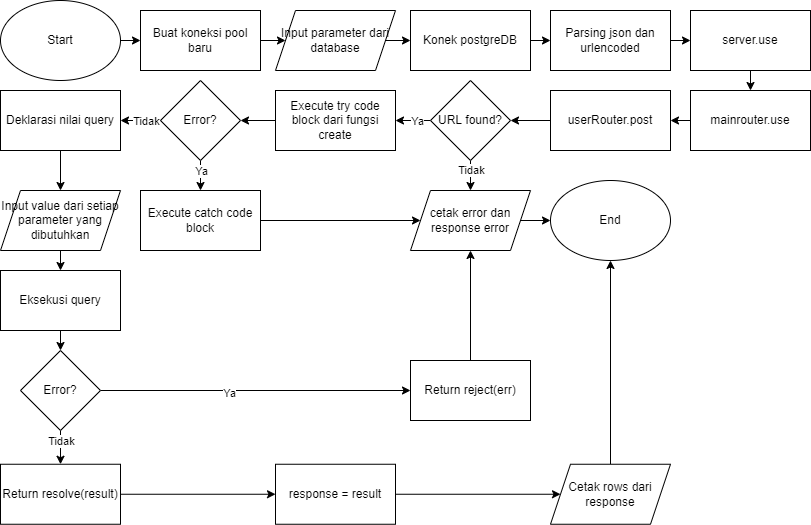
rsad100/beginner_backend keeps this draw.io diagram as Diagram POST user.drawio.png. Above is the earlier version. Source tidied: cells renumbered, new cells last; positions are measured from the earlier drawing's top-left corner, leaving out a move shared by most shapes.
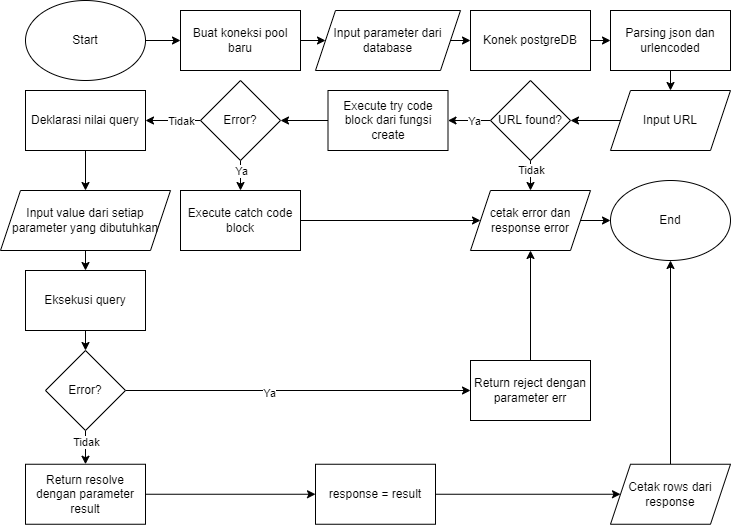
After the commit.

Diff of the diagram source:
```diff
@@ -6,55 +6,31 @@
       <mxGeometry relative="1" as="geometry" />
     </mxCell>
     <mxCell id="3" value="Start" style="ellipse;whiteSpace=wrap;html=1;" parent="1" vertex="1">
-      <mxGeometry width="120" height="80" as="geometry" />
+      <mxGeometry x="25" width="120" height="80" as="geometry" />
     </mxCell>
     <mxCell id="4" style="edgeStyle=orthogonalEdgeStyle;rounded=0;jettySize=auto;html=1;exitX=1;exitY=0.5;exitDx=0;exitDy=0;entryX=0;entryY=0.5;entryDx=0;entryDy=0;" parent="1" edge="1" source="5" target="7">
       <mxGeometry relative="1" as="geometry" />
     </mxCell>
     <mxCell id="5" value="Buat koneksi pool baru" style="rounded=0;whiteSpace=wrap;html=1;" parent="1" vertex="1">
-      <mxGeometry x="140" y="10" width="120" height="60" as="geometry" />
+      <mxGeometry x="180" y="10" width="120" height="60" as="geometry" />
     </mxCell>
     <mxCell id="6" style="edgeStyle=orthogonalEdgeStyle;rounded=0;jettySize=auto;html=1;exitX=1;exitY=0.5;exitDx=0;exitDy=0;entryX=0;entryY=0.5;entryDx=0;entryDy=0;" parent="1" edge="1" source="7" target="9">
       <mxGeometry relative="1" as="geometry" />
     </mxCell>
     <mxCell id="7" value="Input parameter dari database" style="shape=parallelogram;perimeter=parallelogramPerimeter;whiteSpace=wrap;html=1;fixedSize=1;" parent="1" vertex="1">
-      <mxGeometry x="275" y="10" width="120" height="60" as="geometry" />
+      <mxGeometry x="315" y="10" width="145" height="60" as="geometry" />
     </mxCell>
     <mxCell id="8" style="edgeStyle=orthogonalEdgeStyle;rounded=0;jettySize=auto;html=1;exitX=1;exitY=0.5;exitDx=0;exitDy=0;entryX=0;entryY=0.5;entryDx=0;entryDy=0;" parent="1" edge="1" source="9" target="11">
       <mxGeometry relative="1" as="geometry" />
     </mxCell>
     <mxCell id="9" value="Konek postgreDB" style="rounded=0;whiteSpace=wrap;html=1;" parent="1" vertex="1">
-      <mxGeometry x="410" y="10" width="120" height="60" as="geometry" />
+      <mxGeometry x="470" y="10" width="120" height="60" as="geometry" />
     </mxCell>
-    <mxCell id="10" style="edgeStyle=orthogonalEdgeStyle;rounded=0;jettySize=auto;html=1;exitX=1;exitY=0.5;exitDx=0;exitDy=0;entryX=0;entryY=0.5;entryDx=0;entryDy=0;" parent="1" edge="1" source="11" target="13">
-      <mxGeometry relative="1" as="geometry" />
-    </mxCell>
-    <mxCell id="11" value="Parsing json dan urlencoded" style="rounded=0;whiteSpace=wrap;html=1;" parent="1" vertex="1">
-      <mxGeometry x="550" y="10" width="120" height="60" as="geometry" />
-    </mxCell>
-    <mxCell id="12" style="edgeStyle=orthogonalEdgeStyle;rounded=0;jettySize=auto;html=1;exitX=0.5;exitY=1;exitDx=0;exitDy=0;entryX=0.5;entryY=0;entryDx=0;entryDy=0;" parent="1" edge="1" source="13" target="15">
-      <mxGeometry relative="1" as="geometry" />
-    </mxCell>
-    <mxCell id="13" value="server.use" style="rounded=0;whiteSpace=wrap;html=1;" parent="1" vertex="1">
-      <mxGeometry x="690" y="10" width="120" height="60" as="geometry" />
-    </mxCell>
-    <mxCell id="14" style="edgeStyle=orthogonalEdgeStyle;rounded=0;jettySize=auto;html=1;exitX=0;exitY=0.5;exitDx=0;exitDy=0;entryX=1;entryY=0.5;entryDx=0;entryDy=0;" parent="1" edge="1" source="15" target="17">
-      <mxGeometry relative="1" as="geometry" />
-    </mxCell>
-    <mxCell id="15" value="mainrouter.use" style="rounded=0;whiteSpace=wrap;html=1;" parent="1" vertex="1">
-      <mxGeometry x="690" y="90" width="120" height="60" as="geometry" />
-    </mxCell>
-    <mxCell id="16" style="edgeStyle=orthogonalEdgeStyle;rounded=0;jettySize=auto;html=1;exitX=0;exitY=0.5;exitDx=0;exitDy=0;entryX=1;entryY=0.5;entryDx=0;entryDy=0;" parent="1" edge="1" source="17" target="31">
-      <mxGeometry relative="1" as="geometry" />
-    </mxCell>
-    <mxCell id="17" value="userRouter.post" style="rounded=0;whiteSpace=wrap;html=1;" parent="1" vertex="1">
-      <mxGeometry x="550" y="90" width="120" height="60" as="geometry" />
-    </mxCell>
     <mxCell id="18" style="edgeStyle=orthogonalEdgeStyle;rounded=0;jettySize=auto;html=1;exitX=0;exitY=0.5;exitDx=0;exitDy=0;entryX=1;entryY=0.5;entryDx=0;entryDy=0;" parent="1" edge="1" source="19" target="24">
       <mxGeometry relative="1" as="geometry" />
     </mxCell>
     <mxCell id="19" value="Execute try code block dari fungsi create" style="rounded=0;whiteSpace=wrap;html=1;" parent="1" vertex="1">
-      <mxGeometry x="275" y="90" width="120" height="60" as="geometry" />
+      <mxGeometry x="327.5" y="90" width="120" height="60" as="geometry" />
     </mxCell>
     <mxCell id="20" style="edgeStyle=orthogonalEdgeStyle;rounded=0;jettySize=auto;html=1;exitX=0;exitY=0.5;exitDx=0;exitDy=0;entryX=1;entryY=0.5;entryDx=0;entryDy=0;" parent="1" edge="1" source="24" target="36">
       <mxGeometry relative="1" as="geometry" />
@@ -69,13 +45,13 @@
       <mxGeometry x="-0.3" relative="1" as="geometry" />
     </mxCell>
     <mxCell id="24" value="Error?" style="rhombus;whiteSpace=wrap;html=1;" parent="1" vertex="1">
-      <mxGeometry x="160" y="80" width="80" height="80" as="geometry" />
+      <mxGeometry x="200" y="80" width="80" height="80" as="geometry" />
     </mxCell>
     <mxCell id="25" style="edgeStyle=orthogonalEdgeStyle;rounded=0;jettySize=auto;html=1;exitX=1;exitY=0.5;exitDx=0;exitDy=0;entryX=0;entryY=0.5;entryDx=0;entryDy=0;" parent="1" edge="1" source="26" target="33">
       <mxGeometry relative="1" as="geometry" />
     </mxCell>
     <mxCell id="26" value="Execute catch code block" style="rounded=0;whiteSpace=wrap;html=1;" parent="1" vertex="1">
-      <mxGeometry x="140" y="190" width="120" height="60" as="geometry" />
+      <mxGeometry x="180" y="190" width="120" height="60" as="geometry" />
     </mxCell>
     <mxCell id="27" style="edgeStyle=orthogonalEdgeStyle;rounded=0;jettySize=auto;html=1;exitX=0;exitY=0.5;exitDx=0;exitDy=0;entryX=1;entryY=0.5;entryDx=0;entryDy=0;" parent="1" edge="1" source="31" target="19">
       <mxGeometry relative="1" as="geometry" />
@@ -90,28 +66,28 @@
       <mxGeometry x="-0.37" relative="1" as="geometry" />
     </mxCell>
     <mxCell id="31" value="URL found?" style="rhombus;whiteSpace=wrap;html=1;" parent="1" vertex="1">
-      <mxGeometry x="430" y="80" width="80" height="80" as="geometry" />
+      <mxGeometry x="490" y="80" width="80" height="80" as="geometry" />
     </mxCell>
     <mxCell id="32" style="edgeStyle=orthogonalEdgeStyle;rounded=0;jettySize=auto;html=1;exitX=1;exitY=0.5;exitDx=0;exitDy=0;entryX=0;entryY=0.5;entryDx=0;entryDy=0;" parent="1" edge="1" source="33" target="34">
       <mxGeometry relative="1" as="geometry" />
     </mxCell>
     <mxCell id="33" value="cetak error dan response error" style="shape=parallelogram;perimeter=parallelogramPerimeter;whiteSpace=wrap;html=1;fixedSize=1;" parent="1" vertex="1">
-      <mxGeometry x="410" y="190" width="120" height="60" as="geometry" />
+      <mxGeometry x="470" y="190" width="120" height="60" as="geometry" />
     </mxCell>
     <mxCell id="34" value="End" style="ellipse;whiteSpace=wrap;html=1;" parent="1" vertex="1">
-      <mxGeometry x="550" y="180" width="120" height="80" as="geometry" />
+      <mxGeometry x="610" y="180" width="120" height="80" as="geometry" />
     </mxCell>
     <mxCell id="35" style="edgeStyle=orthogonalEdgeStyle;rounded=0;jettySize=auto;html=1;exitX=0.5;exitY=1;exitDx=0;exitDy=0;entryX=0.5;entryY=0;entryDx=0;entryDy=0;" parent="1" edge="1" source="36" target="53">
       <mxGeometry relative="1" as="geometry" />
     </mxCell>
     <mxCell id="36" value="Deklarasi nilai query" style="rounded=0;whiteSpace=wrap;html=1;" parent="1" vertex="1">
-      <mxGeometry y="90" width="120" height="60" as="geometry" />
+      <mxGeometry x="25" y="90" width="120" height="60" as="geometry" />
     </mxCell>
     <mxCell id="37" style="edgeStyle=orthogonalEdgeStyle;rounded=0;jettySize=auto;html=1;exitX=0.5;exitY=1;exitDx=0;exitDy=0;entryX=0.5;entryY=0;entryDx=0;entryDy=0;" parent="1" edge="1" source="38" target="43">
       <mxGeometry relative="1" as="geometry" />
     </mxCell>
     <mxCell id="38" value="Eksekusi query" style="rounded=0;whiteSpace=wrap;html=1;" parent="1" vertex="1">
-      <mxGeometry y="270" width="120" height="60" as="geometry" />
+      <mxGeometry x="25" y="270" width="120" height="60" as="geometry" />
     </mxCell>
     <mxCell id="39" style="edgeStyle=orthogonalEdgeStyle;rounded=0;jettySize=auto;html=1;exitX=1;exitY=0.5;exitDx=0;exitDy=0;entryX=0;entryY=0.5;entryDx=0;entryDy=0;" parent="1" edge="1" source="43" target="47">
       <mxGeometry relative="1" as="geometry" />
@@ -119,44 +95,56 @@
     <mxCell id="40" value="Ya" style="edgeLabel;html=1;align=center;verticalAlign=middle;" parent="39" vertex="1">
       <mxGeometry x="-0.17" y="-2" relative="1" as="geometry" />
     </mxCell>
-    <mxCell id="41" style="edgeStyle=orthogonalEdgeStyle;rounded=0;jettySize=auto;html=1;exitX=0.5;exitY=1;exitDx=0;exitDy=0;entryX=0.5;entryY=0;entryDx=0;entryDy=0;" parent="1" edge="1" source="43" target="45">
+    <mxCell id="41" style="edgeStyle=orthogonalEdgeStyle;rounded=0;jettySize=auto;html=1;exitX=0.5;exitY=1;exitDx=0;exitDy=0;entryX=0.5;entryY=0;entryDx=0;entryDy=0;" parent="1" edge="1" source="43" target="57">
       <mxGeometry relative="1" as="geometry" />
     </mxCell>
     <mxCell id="42" value="Tidak" style="edgeLabel;html=1;align=center;verticalAlign=middle;" parent="41" vertex="1">
       <mxGeometry x="-0.37" relative="1" as="geometry" />
     </mxCell>
     <mxCell id="43" value="Error?" style="rhombus;whiteSpace=wrap;html=1;" parent="1" vertex="1">
-      <mxGeometry x="20" y="350" width="80" height="80" as="geometry" />
+      <mxGeometry x="45" y="350" width="80" height="80" as="geometry" />
     </mxCell>
-    <mxCell id="44" style="edgeStyle=orthogonalEdgeStyle;rounded=0;jettySize=auto;html=1;exitX=1;exitY=0.5;exitDx=0;exitDy=0;entryX=0;entryY=0.5;entryDx=0;entryDy=0;" parent="1" edge="1" source="45" target="51">
+    <mxCell id="44" style="edgeStyle=orthogonalEdgeStyle;rounded=0;jettySize=auto;html=1;exitX=1;exitY=0.5;exitDx=0;exitDy=0;entryX=0;entryY=0.5;entryDx=0;entryDy=0;" parent="1" edge="1" source="57" target="51">
       <mxGeometry relative="1" as="geometry" />
     </mxCell>
-    <mxCell id="45" value="Return resolve(result)" style="rounded=0;whiteSpace=wrap;html=1;" parent="1" vertex="1">
-      <mxGeometry y="463.8" width="120" height="60" as="geometry" />
-    </mxCell>
     <mxCell id="46" style="edgeStyle=orthogonalEdgeStyle;rounded=0;jettySize=auto;html=1;exitX=0.5;exitY=0;exitDx=0;exitDy=0;entryX=0.5;entryY=1;entryDx=0;entryDy=0;" parent="1" edge="1" source="47" target="33">
       <mxGeometry relative="1" as="geometry" />
     </mxCell>
-    <mxCell id="47" value="Return reject(err)" style="rounded=0;whiteSpace=wrap;html=1;" parent="1" vertex="1">
-      <mxGeometry x="410" y="360" width="120" height="60" as="geometry" />
+    <mxCell id="47" value="Return reject dengan parameter err" style="rounded=0;whiteSpace=wrap;html=1;" parent="1" vertex="1">
+      <mxGeometry x="470" y="360" width="120" height="60" as="geometry" />
     </mxCell>
     <mxCell id="48" style="edgeStyle=orthogonalEdgeStyle;rounded=0;jettySize=auto;html=1;exitX=0.5;exitY=0;exitDx=0;exitDy=0;entryX=0.5;entryY=1;entryDx=0;entryDy=0;" parent="1" edge="1" source="49" target="34">
       <mxGeometry relative="1" as="geometry" />
     </mxCell>
     <mxCell id="49" value="Cetak rows dari response" style="shape=parallelogram;perimeter=parallelogramPerimeter;whiteSpace=wrap;html=1;fixedSize=1;" parent="1" vertex="1">
-      <mxGeometry x="550" y="463.8" width="120" height="60" as="geometry" />
+      <mxGeometry x="610" y="463.8" width="120" height="60" as="geometry" />
     </mxCell>
     <mxCell id="50" style="edgeStyle=orthogonalEdgeStyle;rounded=0;jettySize=auto;html=1;exitX=1;exitY=0.5;exitDx=0;exitDy=0;entryX=0;entryY=0.5;entryDx=0;entryDy=0;" parent="1" edge="1" source="51" target="49">
       <mxGeometry relative="1" as="geometry" />
     </mxCell>
     <mxCell id="51" value="response = result" style="rounded=0;whiteSpace=wrap;html=1;" parent="1" vertex="1">
-      <mxGeometry x="275" y="463.8" width="120" height="60" as="geometry" />
+      <mxGeometry x="315" y="463.8" width="120" height="60" as="geometry" />
     </mxCell>
     <mxCell id="52" style="edgeStyle=orthogonalEdgeStyle;rounded=0;jettySize=auto;html=1;exitX=0.5;exitY=1;exitDx=0;exitDy=0;entryX=0.5;entryY=0;entryDx=0;entryDy=0;" parent="1" edge="1" source="53" target="38">
       <mxGeometry relative="1" as="geometry" />
     </mxCell>
     <mxCell id="53" value="Input value dari setiap parameter yang dibutuhkan" style="shape=parallelogram;perimeter=parallelogramPerimeter;whiteSpace=wrap;html=1;fixedSize=1;" parent="1" vertex="1">
-      <mxGeometry y="190" width="120" height="60" as="geometry" />
+      <mxGeometry y="190" width="170" height="60" as="geometry" />
     </mxCell>
+    <mxCell id="54" style="edgeStyle=orthogonalEdgeStyle;rounded=0;jettySize=auto;html=1;exitX=0;exitY=0.5;exitDx=0;exitDy=0;entryX=1;entryY=0.5;entryDx=0;entryDy=0;" parent="1" edge="1" source="55" target="31">
+      <mxGeometry relative="1" as="geometry" />
+    </mxCell>
+    <mxCell id="55" value="Input URL" style="shape=parallelogram;perimeter=parallelogramPerimeter;whiteSpace=wrap;html=1;fixedSize=1;" parent="1" vertex="1">
+      <mxGeometry x="610" y="90" width="120" height="60" as="geometry" />
+    </mxCell>
+    <mxCell id="56" style="edgeStyle=orthogonalEdgeStyle;rounded=0;jettySize=auto;html=1;exitX=0.5;exitY=1;exitDx=0;exitDy=0;entryX=0.5;entryY=0;entryDx=0;entryDy=0;" parent="1" edge="1" source="11" target="55">
+      <mxGeometry relative="1" as="geometry" />
+    </mxCell>
+    <mxCell id="11" value="Parsing json dan urlencoded" style="rounded=0;whiteSpace=wrap;html=1;" parent="1" vertex="1">
+      <mxGeometry x="610" y="10" width="120" height="60" as="geometry" />
+    </mxCell>
+    <mxCell id="57" value="Return resolve dengan parameter result" style="rounded=0;whiteSpace=wrap;html=1;" parent="1" vertex="1">
+      <mxGeometry x="25" y="463.8" width="120" height="60" as="geometry" />
+    </mxCell>
   </root>
 </mxGraphModel>
```
